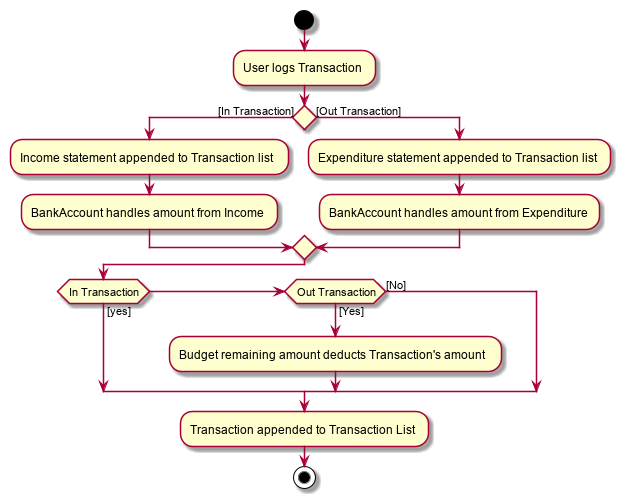
This is docs/images/OutbudgetActivityDiagram.png from nus-cs2103-AY1920S1/addressbook-level3, a PlantUML export, as it was before one commit.
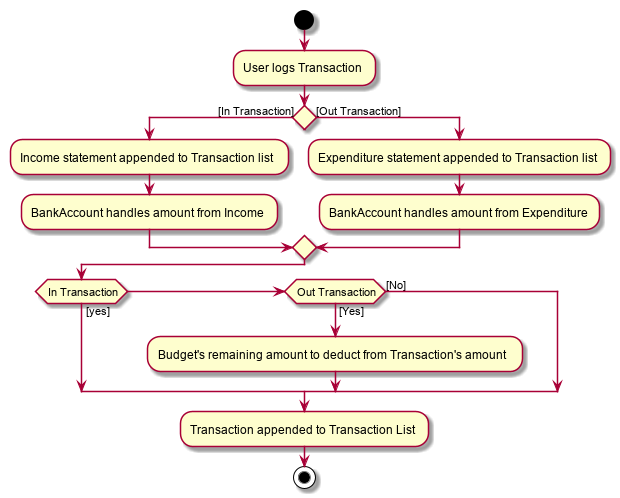
After the commit.

Commit message:
Activity Diagram update

What changed in the source:
```diff
@@ -16,7 +16,7 @@
 if(In Transaction) then ([yes])
 
 elseif (Out Transaction) then ([Yes])
-:Budget remaining amount deducts Transaction's amount;
+:Budget's remaining amount to deduct from Transaction's amount;
 
 else([No])
 
```
